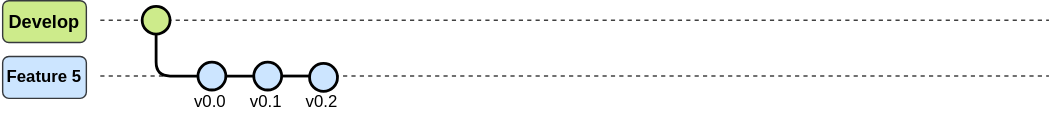
Above: 03_ImagenesRepo/Image_readme.svg in LEOSZ8/Tesis_Msc_LSZ (draw.io), before the change. Source tidied: cells renumbered, new cells last; positions are measured from the earlier drawing's top-left corner, leaving out a move shared by most shapes.
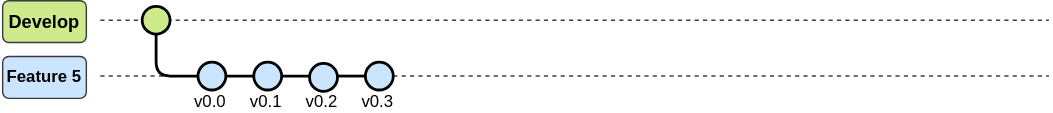
After the change.

Change to the diagram source:
```diff
@@ -44,11 +44,25 @@
     <mxCell id="13" value="v0.1" style="text;html=1;align=center;verticalAlign=middle;whiteSpace=wrap;rounded=0;" parent="1" vertex="1">
       <mxGeometry x="174" y="67" width="30" height="12" as="geometry" />
     </mxCell>
+    <mxCell id="16" style="edgeStyle=orthogonalEdgeStyle;rounded=0;jettySize=auto;html=1;endArrow=none;startFill=0;strokeWidth=2;" parent="1" edge="1" source="14" target="17">
+      <mxGeometry relative="1" as="geometry">
+        <Array as="points">
+          <mxPoint x="250" y="54" />
+          <mxPoint x="250" y="54" />
+        </Array>
+      </mxGeometry>
+    </mxCell>
     <mxCell id="14" style="ellipse;whiteSpace=wrap;html=1;fillColor=#cce5ff;strokeColor=#000000;strokeWidth=2;" parent="1" vertex="1">
       <mxGeometry x="220" y="45" width="20" height="20" as="geometry" />
     </mxCell>
     <mxCell id="15" value="v0.2" style="text;html=1;align=center;verticalAlign=middle;whiteSpace=wrap;rounded=0;" parent="1" vertex="1">
       <mxGeometry x="214" y="67" width="30" height="12" as="geometry" />
     </mxCell>
+    <mxCell id="17" style="ellipse;whiteSpace=wrap;html=1;fillColor=#cce5ff;strokeColor=#000000;strokeWidth=2;" parent="1" vertex="1">
+      <mxGeometry x="260" y="44" width="20" height="20" as="geometry" />
+    </mxCell>
+    <mxCell id="18" value="v0.3" style="text;html=1;align=center;verticalAlign=middle;whiteSpace=wrap;rounded=0;" parent="1" vertex="1">
+      <mxGeometry x="254" y="67" width="30" height="12" as="geometry" />
+    </mxCell>
   </root>
 </mxGraphModel>
```
